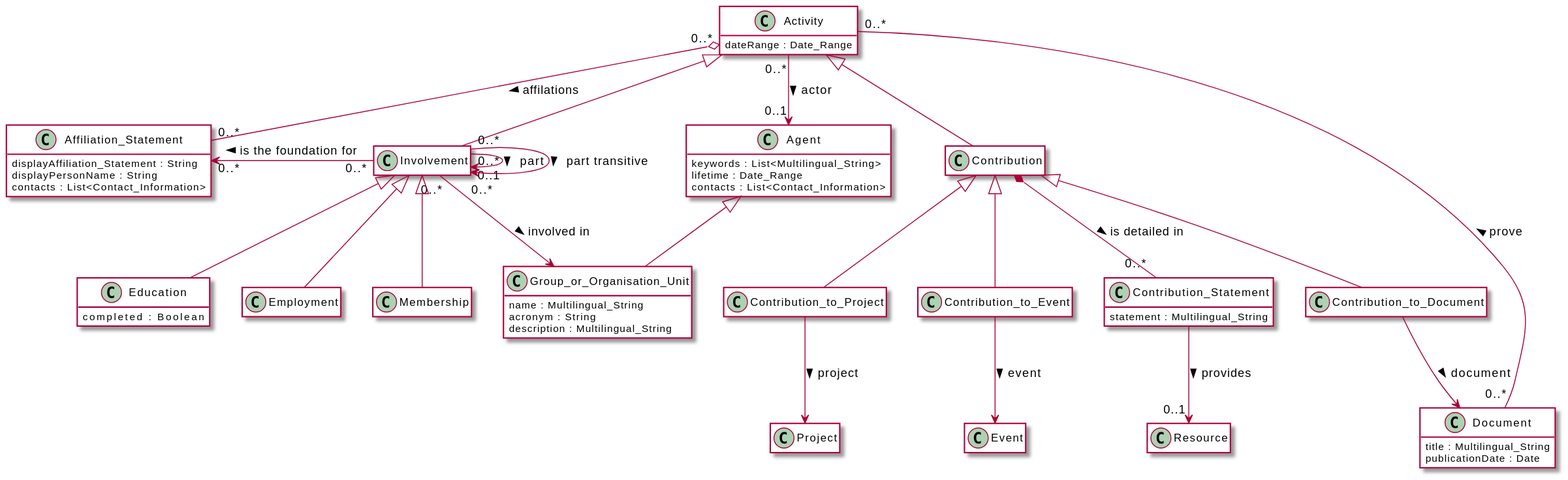
Above: diagrams/activity.svg in EuroCRIS/CERIF-Core (PlantUML), before the change.
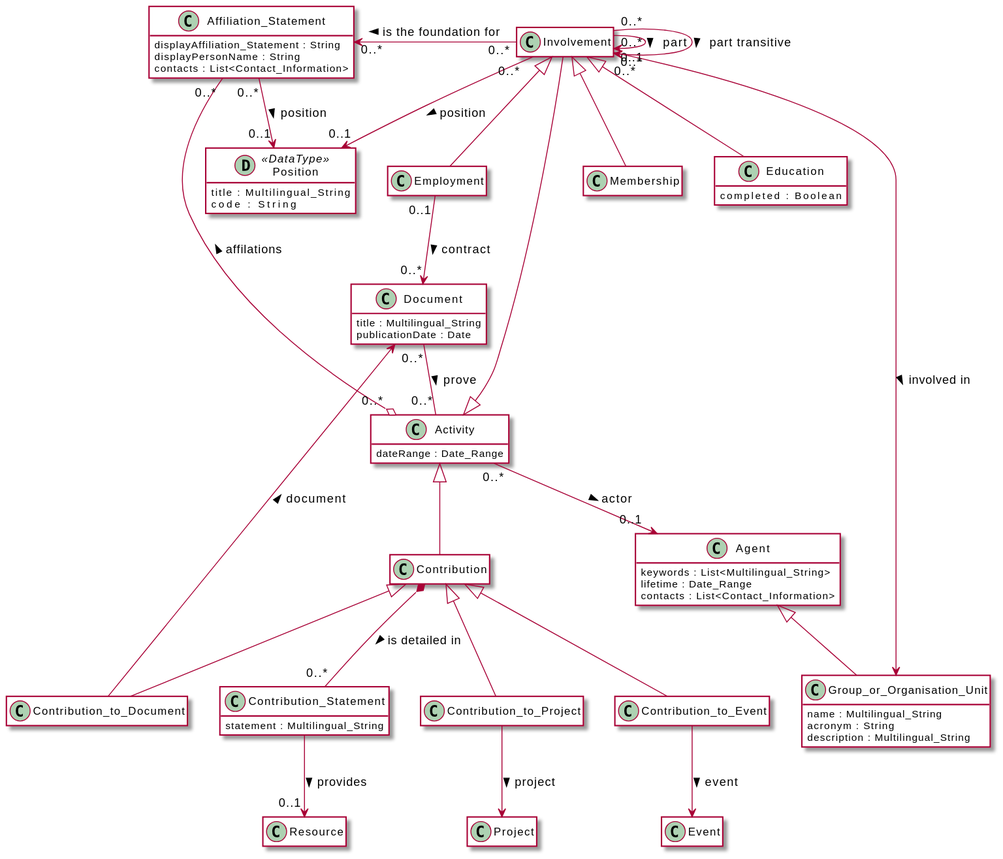
Above is the later version.

Diff of the diagram source:
```diff
@@ -18,5 +18,6 @@
     !includesub core.puml!Event
     !includesub core.puml!Agent
     !includesub core.puml!Group_or_Organisation_Unit
+    !includesub core.puml!Position
 
 @enduml
```
